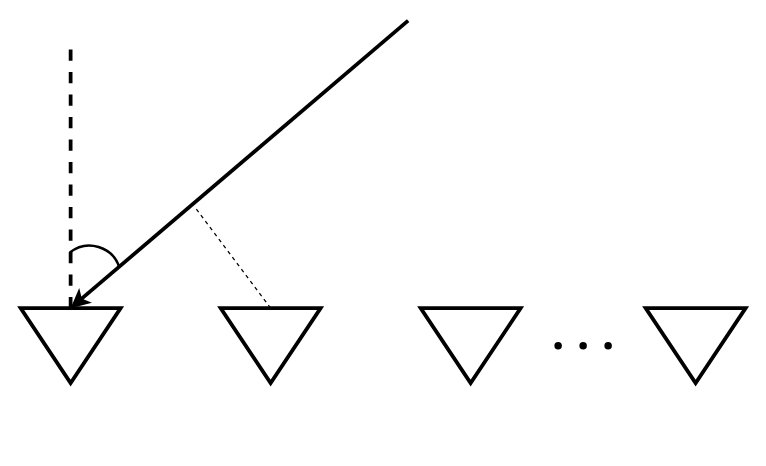
Above: DOABase.drawio in douckze/tmp-drawer (draw.io), before the change. Source tidied: cells renumbered, new cells numbered last; positions are measured from the earlier drawing's top-left corner, leaving out a move shared by most shapes. Both pictures are drawn from the tidied source at 125%, with x=0, y=0 at pixel (32, 20).
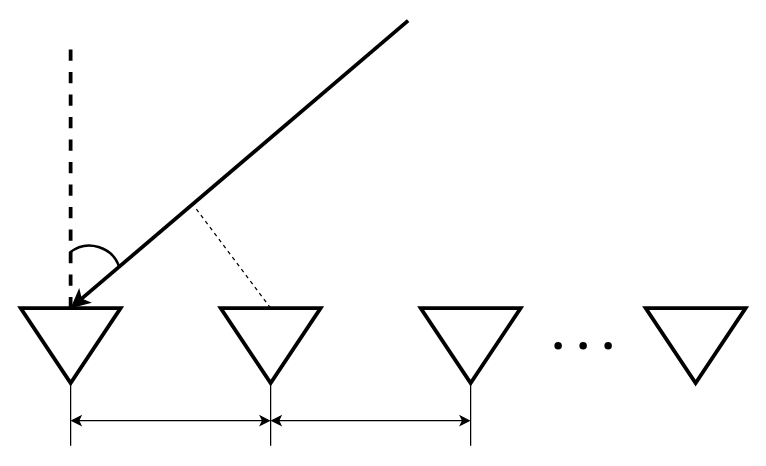
The same page after the edit.

The change refers to these unchanged cells:
```xml
<mxCell id="2" style="triangle;whiteSpace=wrap;html=1;rotation=90;strokeWidth=3;" parent="1" vertex="1">
  <mxGeometry y="220" width="60" height="80" as="geometry" />
</mxCell>
<mxCell id="3" style="triangle;whiteSpace=wrap;html=1;rotation=90;strokeWidth=3;" parent="1" vertex="1">
  <mxGeometry x="160" y="220" width="60" height="80" as="geometry" />
</mxCell>
<mxCell id="4" style="triangle;whiteSpace=wrap;html=1;rotation=90;strokeWidth=3;" parent="1" vertex="1">
  <mxGeometry x="320" y="220" width="60" height="80" as="geometry" />
</mxCell>
```

Change to the diagram source:
```diff
@@
+    <mxCell id="13" style="endArrow=none;html=1;rounded=0;entryX=1;entryY=0.5;entryDx=0;entryDy=0;" parent="1" edge="1" target="2">
+      <mxGeometry relative="1" as="geometry">
+        <mxPoint x="30" y="340" as="sourcePoint" />
+      </mxGeometry>
+    </mxCell>
+    <mxCell id="14" style="endArrow=none;html=1;rounded=0;entryX=1;entryY=0.5;entryDx=0;entryDy=0;" parent="1" edge="1" target="3">
+      <mxGeometry relative="1" as="geometry">
+        <mxPoint x="190" y="340" as="sourcePoint" />
+      </mxGeometry>
+    </mxCell>
+    <mxCell id="15" style="endArrow=none;html=1;rounded=0;entryX=1;entryY=0.5;entryDx=0;entryDy=0;" parent="1" edge="1" target="4">
+      <mxGeometry relative="1" as="geometry">
+        <mxPoint x="350" y="340" as="sourcePoint" />
+      </mxGeometry>
+    </mxCell>
+    <mxCell id="16" style="endArrow=classic;startArrow=classic;html=1;rounded=0;" parent="1" edge="1">
+      <mxGeometry relative="1" as="geometry">
+        <mxPoint x="30" y="320" as="sourcePoint" />
+        <mxPoint x="190" y="320" as="targetPoint" />
+      </mxGeometry>
+    </mxCell>
+    <mxCell id="17" style="endArrow=classic;startArrow=classic;html=1;rounded=0;" parent="1" edge="1">
+      <mxGeometry relative="1" as="geometry">
+        <mxPoint x="190" y="320" as="sourcePoint" />
+        <mxPoint x="350" y="320" as="targetPoint" />
+      </mxGeometry>
+    </mxCell>
```
